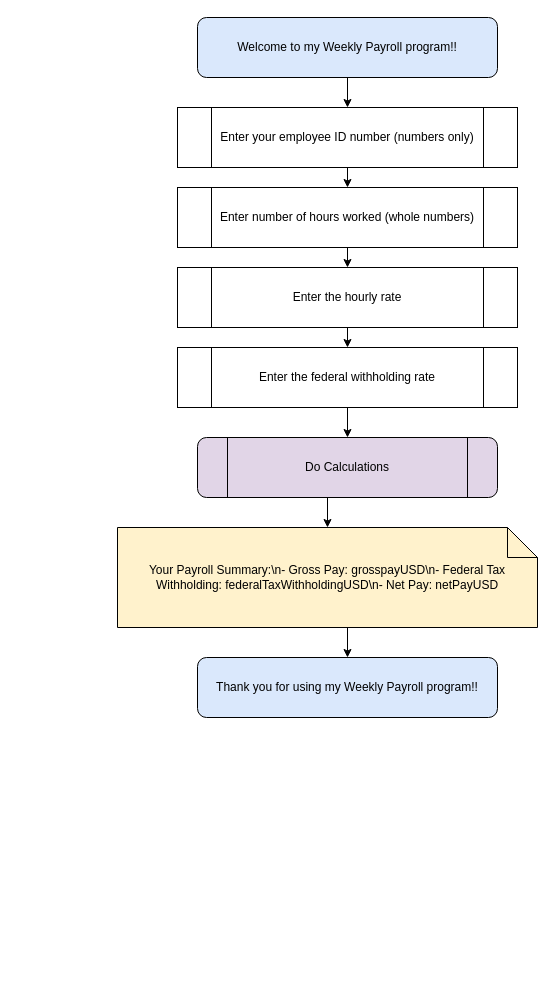
Before: payroll_flow.drawio in Angeldez19/assignment-1, a draw.io diagram. Source tidied: cells renumbered, new cells numbered last; positions are measured from the earlier drawing's top-left corner, leaving out a move shared by most shapes. Both pictures are drawn from the tidied source at 100%, with x=0, y=0 at pixel (117, 17).
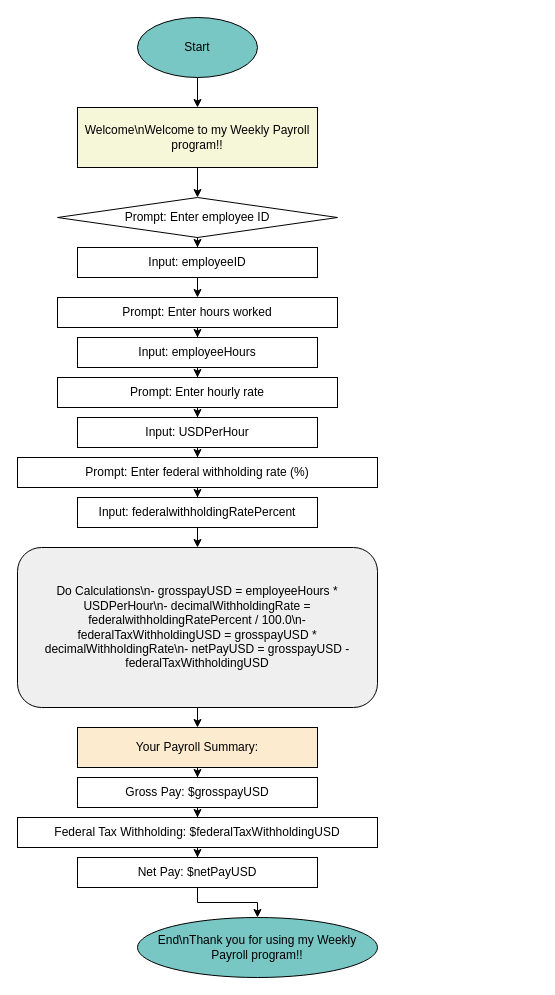
The same diagram, later.

Change to the diagram source:
```diff
@@
-    <mxCell id="2" value="Welcome to my Weekly Payroll program!!" style="rounded=1;whiteSpace=wrap;html=1;strokeColor=#000000;fillColor=#DAE8FC;fontSize=12;" parent="1" vertex="1">
-      <mxGeometry x="80" width="300" height="60" as="geometry" />
+    <mxCell id="2" value="Start" style="ellipse;whiteSpace=wrap;html=1;fillColor=#79C7C5;strokeColor=#000000;" parent="1" vertex="1">
+      <mxGeometry x="20" width="120" height="60" as="geometry" />
     </mxCell>
-    <mxCell id="3" value="Enter your employee ID number (numbers only)" style="rounded=0;whiteSpace=wrap;html=1;shape=process;strokeColor=#000000;fillColor=#FFFFFF;fontSize=12;" parent="1" vertex="1">
-      <mxGeometry x="60" y="90" width="340" height="60" as="geometry" />
+    <mxCell id="3" value="Welcome\nWelcome to my Weekly Payroll program!!" style="rounded=0;whiteSpace=wrap;html=1;fillColor=#F6F7D9;strokeColor=#000000;" parent="1" vertex="1">
+      <mxGeometry x="-40" y="90" width="240" height="60" as="geometry" />
     </mxCell>
-    <mxCell id="4" value="Enter number of hours worked (whole numbers)" style="rounded=0;whiteSpace=wrap;html=1;shape=process;strokeColor=#000000;fillColor=#FFFFFF;fontSize=12;" parent="1" vertex="1">
-      <mxGeometry x="60" y="170" width="340" height="60" as="geometry" />
+    <mxCell id="4" value="Prompt: Enter employee ID" style="rhombus;whiteSpace=wrap;html=1;fillColor=#FFFFFF;strokeColor=#000000;" parent="1" vertex="1">
+      <mxGeometry x="-60" y="180" width="280" height="40" as="geometry" />
     </mxCell>
-    <mxCell id="5" value="Enter the hourly rate" style="rounded=0;whiteSpace=wrap;html=1;shape=process;strokeColor=#000000;fillColor=#FFFFFF;fontSize=12;" parent="1" vertex="1">
-      <mxGeometry x="60" y="250" width="340" height="60" as="geometry" />
+    <mxCell id="5" value="Input: employeeID" style="rounded=0;whiteSpace=wrap;html=1;fillColor=#FFFFFF;strokeColor=#000000;" parent="1" vertex="1">
+      <mxGeometry x="-40" y="230" width="240" height="30" as="geometry" />
     </mxCell>
-    <mxCell id="6" value="Enter the federal withholding rate" style="rounded=0;whiteSpace=wrap;html=1;shape=process;strokeColor=#000000;fillColor=#FFFFFF;fontSize=12;" parent="1" vertex="1">
-      <mxGeometry x="60" y="330" width="340" height="60" as="geometry" />
+    <mxCell id="6" value="Prompt: Enter hours worked" style="rounded=0;whiteSpace=wrap;html=1;fillColor=#FFFFFF;strokeColor=#000000;" parent="1" vertex="1">
+      <mxGeometry x="-60" y="280" width="280" height="30" as="geometry" />
     </mxCell>
-    <mxCell id="7" value="Do Calculations" style="rounded=1;whiteSpace=wrap;html=1;shape=process;strokeColor=#000000;fillColor=#E1D5E7;fontSize=12;" parent="1" vertex="1">
-      <mxGeometry x="80" y="420" width="300" height="60" as="geometry" />
+    <mxCell id="7" value="Input: employeeHours" style="rounded=0;whiteSpace=wrap;html=1;fillColor=#FFFFFF;strokeColor=#000000;" parent="1" vertex="1">
+      <mxGeometry x="-40" y="320" width="240" height="30" as="geometry" />
     </mxCell>
-    <mxCell id="8" value="Your Payroll Summary:\n- Gross Pay: grosspayUSD\n- Federal Tax Withholding: federalTaxWithholdingUSD\n- Net Pay: netPayUSD" style="rounded=0;whiteSpace=wrap;html=1;shape=note;strokeColor=#000000;fillColor=#FFF2CC;fontSize=12;" parent="1" vertex="1">
-      <mxGeometry y="510" width="420" height="100" as="geometry" />
+    <mxCell id="8" value="Prompt: Enter hourly rate" style="rounded=0;whiteSpace=wrap;html=1;fillColor=#FFFFFF;strokeColor=#000000;" parent="1" vertex="1">
+      <mxGeometry x="-60" y="360" width="280" height="30" as="geometry" />
     </mxCell>
-    <mxCell id="9" value="Thank you for using my Weekly Payroll program!!" style="rounded=1;whiteSpace=wrap;html=1;strokeColor=#000000;fillColor=#DAE8FC;fontSize=12;" parent="1" vertex="1">
-      <mxGeometry x="80" y="640" width="300" height="60" as="geometry" />
+    <mxCell id="9" value="Input: USDPerHour" style="rounded=0;whiteSpace=wrap;html=1;fillColor=#FFFFFF;strokeColor=#000000;" parent="1" vertex="1">
+      <mxGeometry x="-40" y="400" width="240" height="30" as="geometry" />
     </mxCell>
-    <mxCell id="10" style="edgeStyle=orthogonalEdgeStyle;rounded=0;jettySize=auto;html=1;exitX=0.5;exitY=1;exitPerimeter=1;entryX=0.5;entryY=0;entryPerimeter=1;" parent="1" edge="1" source="2" target="3">
-      <mxGeometry relative="1" as="geometry" />
+    <mxCell id="10" value="Prompt: Enter federal withholding rate (%)" style="rounded=0;whiteSpace=wrap;html=1;fillColor=#FFFFFF;strokeColor=#000000;" parent="1" vertex="1">
+      <mxGeometry x="-100" y="440" width="360" height="30" as="geometry" />
     </mxCell>
-    <mxCell id="11" style="edgeStyle=orthogonalEdgeStyle;rounded=0;jettySize=auto;html=1;exitX=0.5;exitY=1;exitPerimeter=1;entryX=0.5;entryY=0;entryPerimeter=1;" parent="1" edge="1" source="3" target="4">
-      <mxGeometry relative="1" as="geometry" />
+    <mxCell id="11" value="Input: federalwithholdingRatePercent" style="rounded=0;whiteSpace=wrap;html=1;fillColor=#FFFFFF;strokeColor=#000000;" parent="1" vertex="1">
+      <mxGeometry x="-40" y="480" width="240" height="30" as="geometry" />
     </mxCell>
-    <mxCell id="12" style="edgeStyle=orthogonalEdgeStyle;rounded=0;jettySize=auto;html=1;exitX=0.5;exitY=1;exitPerimeter=1;entryX=0.5;entryY=0;entryPerimeter=1;" parent="1" edge="1" source="4" target="5">
-      <mxGeometry relative="1" as="geometry" />
+    <mxCell id="12" value="Do Calculations\n- grosspayUSD = employeeHours * USDPerHour\n- decimalWithholdingRate = federalwithholdingRatePercent / 100.0\n- federalTaxWithholdingUSD = grosspayUSD * decimalWithholdingRate\n- netPayUSD = grosspayUSD - federalTaxWithholdingUSD" style="rounded=1;whiteSpace=wrap;html=1;fillColor=#EFEFEF;strokeColor=#000000;" parent="1" vertex="1">
+      <mxGeometry x="-100" y="530" width="360" height="160" as="geometry" />
     </mxCell>
-    <mxCell id="13" style="edgeStyle=orthogonalEdgeStyle;rounded=0;jettySize=auto;html=1;exitX=0.5;exitY=1;exitPerimeter=1;entryX=0.5;entryY=0;entryPerimeter=1;" parent="1" edge="1" source="5" target="6">
-      <mxGeometry relative="1" as="geometry" />
+    <mxCell id="13" value="Your Payroll Summary:" style="rounded=0;whiteSpace=wrap;html=1;fillColor=#FDEBD0;strokeColor=#000000;" parent="1" vertex="1">
+      <mxGeometry x="-40" y="710" width="240" height="40" as="geometry" />
     </mxCell>
-    <mxCell id="14" style="edgeStyle=orthogonalEdgeStyle;rounded=0;jettySize=auto;html=1;exitX=0.5;exitY=1;exitPerimeter=1;entryX=0.5;entryY=0;entryPerimeter=1;" parent="1" edge="1" source="6" target="7">
-      <mxGeometry relative="1" as="geometry" />
+    <mxCell id="14" value="Gross Pay: $grosspayUSD" style="rounded=0;whiteSpace=wrap;html=1;fillColor=#FFFFFF;strokeColor=#000000;" parent="1" vertex="1">
+      <mxGeometry x="-40" y="760" width="240" height="30" as="geometry" />
     </mxCell>
-    <mxCell id="15" style="edgeStyle=orthogonalEdgeStyle;rounded=0;jettySize=auto;html=1;exitX=0.5;exitY=1;exitPerimeter=1;entryX=0.5;entryY=0;entryPerimeter=1;" parent="1" edge="1" source="7" target="8">
-      <mxGeometry relative="1" as="geometry" />
+    <mxCell id="15" value="Federal Tax Withholding: $federalTaxWithholdingUSD" style="rounded=0;whiteSpace=wrap;html=1;fillColor=#FFFFFF;strokeColor=#000000;" parent="1" vertex="1">
+      <mxGeometry x="-100" y="800" width="360" height="30" as="geometry" />
     </mxCell>
-    <mxCell id="16" style="edgeStyle=orthogonalEdgeStyle;rounded=0;jettySize=auto;html=1;exitX=0.5;exitY=1;exitPerimeter=1;entryX=0.5;entryY=0;entryPerimeter=1;" parent="1" edge="1" source="8" target="9">
-      <mxGeometry relative="1" as="geometry" />
+    <mxCell id="16" value="Net Pay: $netPayUSD" style="rounded=0;whiteSpace=wrap;html=1;fillColor=#FFFFFF;strokeColor=#000000;" parent="1" vertex="1">
+      <mxGeometry x="-40" y="840" width="240" height="30" as="geometry" />
     </mxCell>
+    <mxCell id="17" value="End\nThank you for using my Weekly Payroll program!!" style="ellipse;whiteSpace=wrap;html=1;fillColor=#79C7C5;strokeColor=#000000;" parent="1" vertex="1">
+      <mxGeometry x="20" y="900" width="240" height="60" as="geometry" />
+    </mxCell>
+    <mxCell id="18" style="edgeStyle=orthogonalEdgeStyle;rounded=0;jettySize=auto;html=1;" parent="1" edge="1" source="2" target="3">
+      <mxGeometry relative="1" as="geometry" />
+    </mxCell>
+    <mxCell id="19" style="edgeStyle=orthogonalEdgeStyle;rounded=0;html=1;" parent="1" edge="1" source="3" target="4">
+      <mxGeometry relative="1" as="geometry" />
+    </mxCell>
+    <mxCell id="20" style="edgeStyle=orthogonalEdgeStyle;rounded=0;html=1;" parent="1" edge="1" source="4" target="5">
+      <mxGeometry relative="1" as="geometry" />
+    </mxCell>
+    <mxCell id="21" style="edgeStyle=orthogonalEdgeStyle;rounded=0;html=1;" parent="1" edge="1" source="5" target="6">
+      <mxGeometry relative="1" as="geometry" />
+    </mxCell>
+    <mxCell id="22" style="edgeStyle=orthogonalEdgeStyle;rounded=0;html=1;" parent="1" edge="1" source="6" target="7">
+      <mxGeometry relative="1" as="geometry" />
+    </mxCell>
+    <mxCell id="23" style="edgeStyle=orthogonalEdgeStyle;rounded=0;html=1;" parent="1" edge="1" source="7" target="8">
+      <mxGeometry relative="1" as="geometry" />
+    </mxCell>
+    <mxCell id="24" style="edgeStyle=orthogonalEdgeStyle;rounded=0;html=1;" parent="1" edge="1" source="8" target="9">
+      <mxGeometry relative="1" as="geometry" />
+    </mxCell>
+    <mxCell id="25" style="edgeStyle=orthogonalEdgeStyle;rounded=0;html=1;" parent="1" edge="1" source="9" target="10">
+      <mxGeometry relative="1" as="geometry" />
+    </mxCell>
+    <mxCell id="26" style="edgeStyle=orthogonalEdgeStyle;rounded=0;html=1;" parent="1" edge="1" source="10" target="11">
+      <mxGeometry relative="1" as="geometry" />
+    </mxCell>
+    <mxCell id="27" style="edgeStyle=orthogonalEdgeStyle;rounded=0;html=1;" parent="1" edge="1" source="11" target="12">
+      <mxGeometry relative="1" as="geometry" />
+    </mxCell>
+    <mxCell id="28" style="edgeStyle=orthogonalEdgeStyle;rounded=0;html=1;" parent="1" edge="1" source="12" target="13">
+      <mxGeometry relative="1" as="geometry" />
+    </mxCell>
+    <mxCell id="29" style="edgeStyle=orthogonalEdgeStyle;rounded=0;html=1;" parent="1" edge="1" source="13" target="14">
+      <mxGeometry relative="1" as="geometry" />
+    </mxCell>
+    <mxCell id="30" style="edgeStyle=orthogonalEdgeStyle;rounded=0;html=1;" parent="1" edge="1" source="14" target="15">
+      <mxGeometry relative="1" as="geometry" />
+    </mxCell>
+    <mxCell id="31" style="edgeStyle=orthogonalEdgeStyle;rounded=0;html=1;" parent="1" edge="1" source="15" target="16">
+      <mxGeometry relative="1" as="geometry" />
+    </mxCell>
+    <mxCell id="32" style="edgeStyle=orthogonalEdgeStyle;rounded=0;html=1;" parent="1" edge="1" source="16" target="17">
+      <mxGeometry relative="1" as="geometry" />
+    </mxCell>
```
